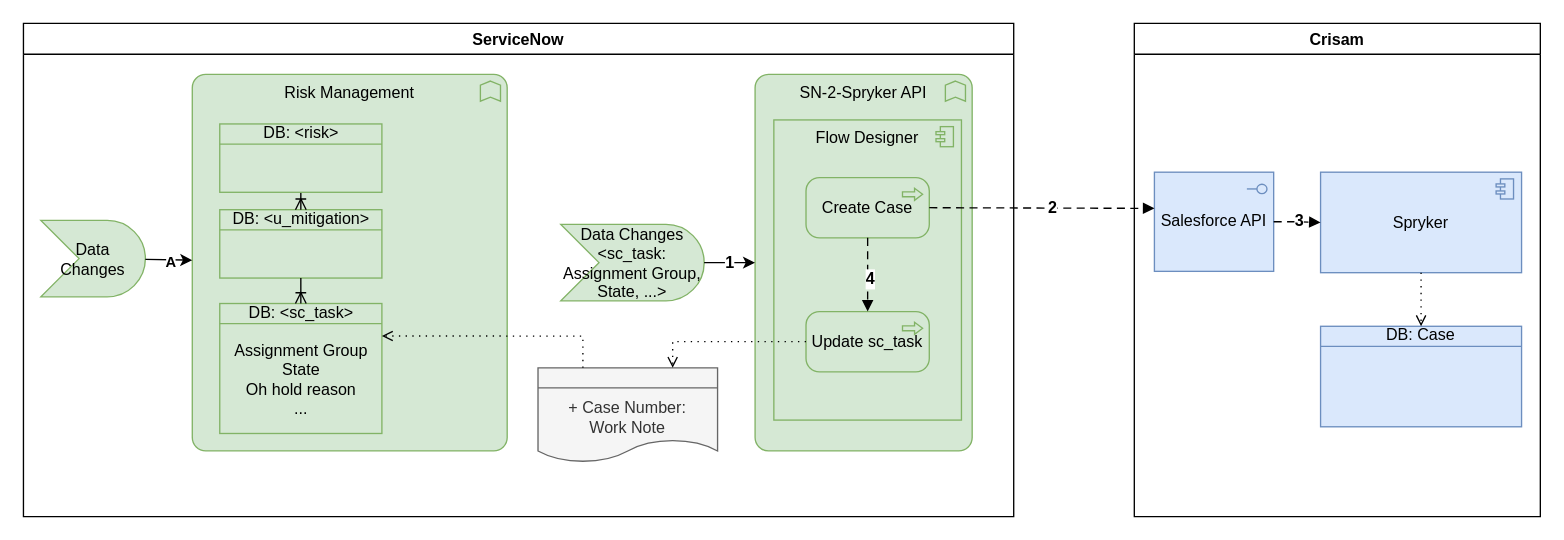
Before: page "SN2Crisam" (13 of 15) of AldiCrisam.drawio in algimas/tmp, a draw.io diagram. Source tidied: cells renumbered, new cells numbered last; positions are measured from the earlier drawing's top-left corner, leaving out a move shared by most shapes. Both pictures are drawn from the tidied source at 134%, with x=0, y=0 at pixel (23, 23).
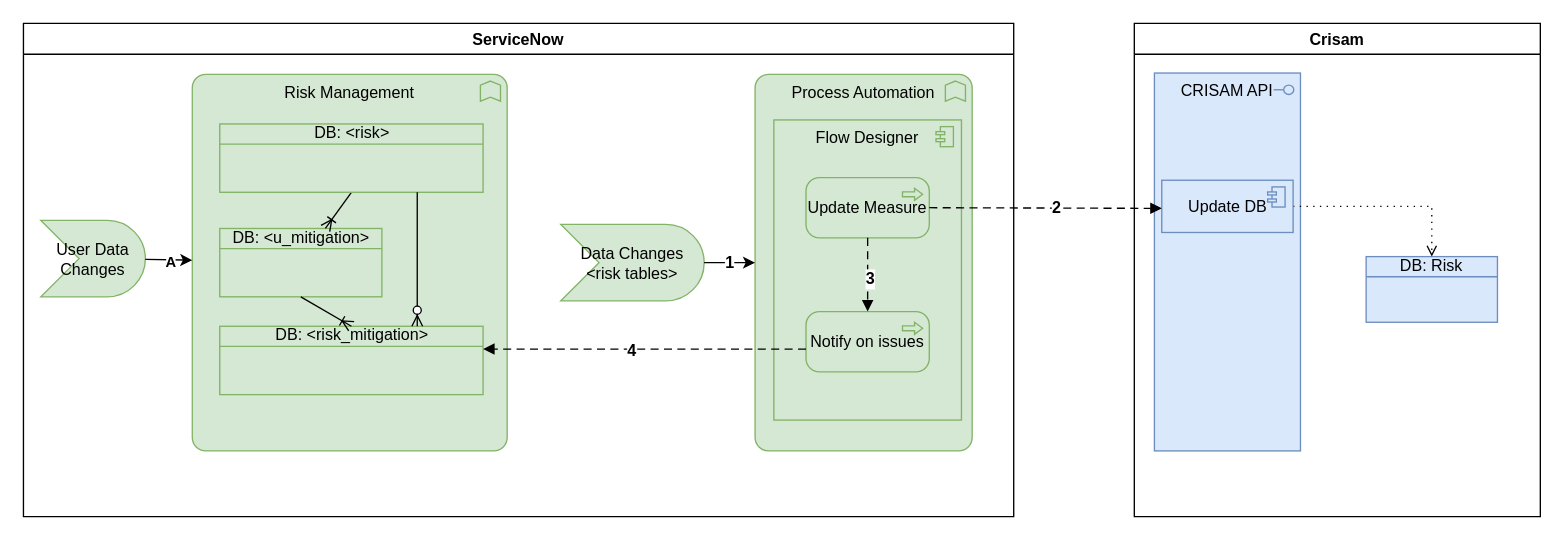
The same page after the edit.

Unchanged cells that the change refers to:
```xml
<mxCell id="2" value="Crisam" style="swimlane;" parent="1" vertex="1">
  <mxGeometry x="829" width="303" height="368" as="geometry" />
</mxCell>
<mxCell id="9" value="ServiceNow" style="swimlane;" parent="1" vertex="1">
  <mxGeometry width="739" height="368" as="geometry" />
</mxCell>
<mxCell id="29" style="edgeStyle=elbowEdgeStyle;html=1;endArrow=block;dashed=1;elbow=vertical;endFill=1;dashPattern=6 4;rounded=0;fontSize=12;exitX=0.5;exitY=1;exitDx=0;exitDy=0;exitPerimeter=0;" parent="9" edge="1" source="23" target="24">
  <mxGeometry relative="1" as="geometry" />
</mxCell>
```

The edit, as a diff of the source:
```diff
@@
-    <mxCell id="3" value="Spryker" style="html=1;outlineConnect=0;whiteSpace=wrap;fillColor=#dae8fc;shape=mxgraph.archimate3.application;appType=comp;archiType=square;strokeColor=#6c8ebf;" parent="2" vertex="1">
-      <mxGeometry x="139" y="111" width="150" height="75" as="geometry" />
-    </mxCell>
-    <mxCell id="4" value="Salesforce API" style="html=1;outlineConnect=0;whiteSpace=wrap;fillColor=#dae8fc;shape=mxgraph.archimate3.application;appType=interface;archiType=square;strokeColor=#6c8ebf;" parent="2" vertex="1">
-      <mxGeometry x="15" y="111" width="89" height="74" as="geometry" />
+    <mxCell id="4" value="CRISAM API" style="html=1;outlineConnect=0;whiteSpace=wrap;fillColor=#dae8fc;shape=mxgraph.archimate3.application;appType=interface;archiType=square;strokeColor=#6c8ebf;verticalAlign=top;" parent="2" vertex="1">
+      <mxGeometry x="15" y="37" width="109" height="282" as="geometry" />
     </mxCell>
-    <mxCell id="5" value="DB: Case" style="html=1;outlineConnect=0;whiteSpace=wrap;fillColor=#dae8fc;shape=mxgraph.archimate3.businessObject;overflow=fill;strokeColor=#6c8ebf;" parent="2" vertex="1">
-      <mxGeometry x="139" y="226" width="150" height="75" as="geometry" />
+    <mxCell id="5" value="DB: Risk" style="html=1;outlineConnect=0;whiteSpace=wrap;fillColor=#dae8fc;shape=mxgraph.archimate3.businessObject;overflow=fill;strokeColor=#6c8ebf;" parent="2" vertex="1">
+      <mxGeometry x="173" y="174" width="98" height="49" as="geometry" />
     </mxCell>
-    <mxCell id="6" style="edgeStyle=orthogonalEdgeStyle;html=1;endArrow=open;elbow=vertical;endFill=0;dashed=1;dashPattern=1 4;rounded=0;exitX=0.5;exitY=1;exitDx=0;exitDy=0;exitPerimeter=0;fillColor=#00b9f2;" parent="2" edge="1" source="3" target="5">
+    <mxCell id="6" style="edgeStyle=orthogonalEdgeStyle;html=1;endArrow=open;elbow=vertical;endFill=0;dashed=1;dashPattern=1 4;rounded=0;fillColor=#00b9f2;" parent="2" edge="1" source="33" target="5">
       <mxGeometry relative="1" as="geometry" />
     </mxCell>
-    <mxCell id="7" style="edgeStyle=elbowEdgeStyle;html=1;endArrow=block;dashed=1;elbow=horizontal;endFill=1;dashPattern=6 4;rounded=0;fontSize=12;entryX=0;entryY=0.5;entryDx=0;entryDy=0;entryPerimeter=0;exitX=1;exitY=0.5;exitDx=0;exitDy=0;exitPerimeter=0;" parent="2" edge="1" source="4" target="3">
-      <mxGeometry relative="1" as="geometry" />
-    </mxCell>
-    <mxCell id="8" value="&lt;b&gt;3&lt;/b&gt;" style="edgeLabel;html=1;align=center;verticalAlign=middle;fontSize=12;" parent="7" vertex="1">
-      <mxGeometry x="0.09" y="1" relative="1" as="geometry" />
-    </mxCell>
+    <mxCell id="33" value="Update DB" style="html=1;outlineConnect=0;whiteSpace=wrap;fillColor=#dae8fc;shape=mxgraph.archimate3.application;appType=comp;archiType=square;strokeColor=#6c8ebf;" parent="2" vertex="1">
+      <mxGeometry x="20.5" y="117" width="98" height="39" as="geometry" />
+    </mxCell>
@@
-    <mxCell id="10" value="&lt;div&gt;+ Case Number:&lt;/div&gt;&lt;div&gt;Work Note&lt;br&gt; &lt;/div&gt;" style="html=1;outlineConnect=0;whiteSpace=wrap;fillColor=#f5f5f5;shape=mxgraph.archimate3.representation;fontSize=12;align=center;strokeColor=#666666;fontColor=#333333;" parent="9" vertex="1">
-      <mxGeometry x="384" y="257" width="134" height="73" as="geometry" />
-    </mxCell>
-    <mxCell id="11" value="Data Changes" style="html=1;outlineConnect=0;whiteSpace=wrap;fillColor=#d5e8d4;shape=mxgraph.archimate3.event;strokeColor=#82b366;" parent="9" vertex="1">
+    <mxCell id="11" value="User Data Changes" style="html=1;outlineConnect=0;whiteSpace=wrap;fillColor=#d5e8d4;shape=mxgraph.archimate3.event;strokeColor=#82b366;" parent="9" vertex="1">
       <mxGeometry x="13" y="147" width="78" height="57" as="geometry" />
     </mxCell>
@@
     <mxCell id="13" value="DB: &amp;lt;u_mitigation&amp;gt;" style="html=1;outlineConnect=0;whiteSpace=wrap;fillColor=#d5e8d4;shape=mxgraph.archimate3.businessObject;overflow=fill;strokeColor=#82b366;" parent="9" vertex="1">
-      <mxGeometry x="146.5" y="139" width="121" height="51" as="geometry" />
+      <mxGeometry x="146.5" y="153" width="121" height="51" as="geometry" />
     </mxCell>
-    <mxCell id="14" value="&lt;div&gt;DB: &amp;lt;sc_task&amp;gt;&lt;br&gt;&lt;/div&gt;&lt;div&gt;&lt;br&gt;&lt;/div&gt;&lt;div&gt;Assignment Group&lt;/div&gt;&lt;div&gt;State&lt;/div&gt;&lt;div&gt;Oh hold reason&lt;/div&gt;&lt;div&gt;...&lt;br&gt;&lt;/div&gt;" style="html=1;outlineConnect=0;whiteSpace=wrap;fillColor=#d5e8d4;shape=mxgraph.archimate3.businessObject;overflow=fill;strokeColor=#82b366;" parent="9" vertex="1">
-      <mxGeometry x="146.5" y="209" width="121" height="97" as="geometry" />
+    <mxCell id="14" value="&lt;div&gt;DB: &amp;lt;risk_mitigation&amp;gt;&lt;/div&gt;" style="html=1;outlineConnect=0;whiteSpace=wrap;fillColor=#d5e8d4;shape=mxgraph.archimate3.businessObject;overflow=fill;strokeColor=#82b366;" parent="9" vertex="1">
+      <mxGeometry x="146.5" y="226" width="196.5" height="51" as="geometry" />
     </mxCell>
@@
-    <mxCell id="16" value="Data Changes &amp;lt;sc_task: Assignment Group, State, ...&amp;gt;" style="html=1;outlineConnect=0;whiteSpace=wrap;fillColor=#d5e8d4;shape=mxgraph.archimate3.event;strokeColor=#82b366;" parent="9" vertex="1">
+    <mxCell id="16" value="Data Changes &lt;br&gt;&amp;lt;risk tables&amp;gt;" style="html=1;outlineConnect=0;whiteSpace=wrap;fillColor=#d5e8d4;shape=mxgraph.archimate3.event;strokeColor=#82b366;" parent="9" vertex="1">
       <mxGeometry x="401" y="150" width="107" height="57" as="geometry" />
     </mxCell>
-    <mxCell id="17" value="SN-2-Spryker API" style="html=1;outlineConnect=0;whiteSpace=wrap;fillColor=#d5e8d4;shape=mxgraph.archimate3.application;appType=func;archiType=rounded;strokeColor=#82b366;verticalAlign=top;" parent="9" vertex="1">
+    <mxCell id="17" value="Process Automation" style="html=1;outlineConnect=0;whiteSpace=wrap;fillColor=#d5e8d4;shape=mxgraph.archimate3.application;appType=func;archiType=rounded;strokeColor=#82b366;verticalAlign=top;" parent="9" vertex="1">
       <mxGeometry x="546" y="38" width="162" height="281" as="geometry" />
     </mxCell>
@@
     <mxCell id="20" value="DB: &amp;lt;risk&amp;gt;" style="html=1;outlineConnect=0;whiteSpace=wrap;fillColor=#d5e8d4;shape=mxgraph.archimate3.businessObject;overflow=fill;strokeColor=#82b366;" parent="9" vertex="1">
-      <mxGeometry x="146.5" y="75" width="121" height="51" as="geometry" />
+      <mxGeometry x="146.5" y="75" width="196.5" height="51" as="geometry" />
     </mxCell>
@@
-    <mxCell id="23" value="Create Case" style="html=1;outlineConnect=0;whiteSpace=wrap;fillColor=#d5e8d4;shape=mxgraph.archimate3.application;appType=proc;archiType=rounded;strokeColor=#82b366;" parent="9" vertex="1">
+    <mxCell id="23" value="Update Measure" style="html=1;outlineConnect=0;whiteSpace=wrap;fillColor=#d5e8d4;shape=mxgraph.archimate3.application;appType=proc;archiType=rounded;strokeColor=#82b366;" parent="9" vertex="1">
       <mxGeometry x="584" y="115" width="92" height="45" as="geometry" />
     </mxCell>
-    <mxCell id="24" value="Update sc_task" style="html=1;outlineConnect=0;whiteSpace=wrap;fillColor=#d5e8d4;shape=mxgraph.archimate3.application;appType=proc;archiType=rounded;strokeColor=#82b366;" parent="9" vertex="1">
+    <mxCell id="24" value="Notify on issues" style="html=1;outlineConnect=0;whiteSpace=wrap;fillColor=#d5e8d4;shape=mxgraph.archimate3.application;appType=proc;archiType=rounded;strokeColor=#82b366;" parent="9" vertex="1">
       <mxGeometry x="584" y="215" width="92" height="45" as="geometry" />
     </mxCell>
-    <mxCell id="25" style="edgeStyle=orthogonalEdgeStyle;html=1;endArrow=open;elbow=vertical;endFill=0;dashed=1;dashPattern=1 4;rounded=0;fillColor=#80b6a1;entryX=0.75;entryY=0;entryDx=0;entryDy=0;entryPerimeter=0;" parent="9" edge="1" source="24" target="10">
-      <mxGeometry relative="1" as="geometry" />
-    </mxCell>
@@
-    <mxCell id="28" style="edgeStyle=orthogonalEdgeStyle;html=1;endArrow=open;elbow=vertical;endFill=0;dashed=1;dashPattern=1 4;rounded=0;fillColor=#80b6a1;exitX=0.25;exitY=0;exitDx=0;exitDy=0;exitPerimeter=0;entryX=1;entryY=0.25;entryDx=0;entryDy=0;entryPerimeter=0;" parent="9" edge="1" source="10" target="14">
-      <mxGeometry relative="1" as="geometry" />
-    </mxCell>
@@
-    <mxCell id="30" value="&lt;b&gt;4&lt;/b&gt;" style="edgeLabel;html=1;align=center;verticalAlign=middle;fontSize=12;" parent="29" vertex="1">
+    <mxCell id="30" value="&lt;b&gt;3&lt;/b&gt;" style="edgeLabel;html=1;align=center;verticalAlign=middle;fontSize=12;" parent="29" vertex="1">
       <mxGeometry x="0.09" y="1" relative="1" as="geometry" />
     </mxCell>
+    <mxCell id="34" style="fontSize=12;html=1;endArrow=ERzeroToMany;endFill=1;rounded=0;entryX=0.75;entryY=0;entryDx=0;entryDy=0;entryPerimeter=0;exitX=0.75;exitY=1;exitDx=0;exitDy=0;exitPerimeter=0;" parent="9" edge="1" source="20" target="14">
+      <mxGeometry relative="1" as="geometry" />
+    </mxCell>
+    <mxCell id="35" style="edgeStyle=elbowEdgeStyle;html=1;endArrow=block;dashed=1;elbow=vertical;endFill=1;dashPattern=6 4;rounded=0;fontSize=12;" parent="9" edge="1" source="24" target="14">
+      <mxGeometry relative="1" as="geometry" />
+    </mxCell>
+    <mxCell id="36" value="&lt;b&gt;4&lt;/b&gt;" style="edgeLabel;html=1;align=center;verticalAlign=middle;fontSize=12;" parent="35" vertex="1">
+      <mxGeometry x="0.09" y="1" relative="1" as="geometry" />
+    </mxCell>
-    <mxCell id="31" style="edgeStyle=elbowEdgeStyle;html=1;endArrow=block;dashed=1;elbow=vertical;endFill=1;dashPattern=6 4;rounded=0;fontSize=12;exitX=1;exitY=0.5;exitDx=0;exitDy=0;exitPerimeter=0;" parent="1" edge="1" source="23" target="4">
+    <mxCell id="31" style="edgeStyle=elbowEdgeStyle;html=1;endArrow=block;dashed=1;elbow=vertical;endFill=1;dashPattern=6 4;rounded=0;fontSize=12;exitX=1;exitY=0.5;exitDx=0;exitDy=0;exitPerimeter=0;" parent="1" edge="1" source="23" target="33">
       <mxGeometry relative="1" as="geometry" />
     </mxCell>
```
